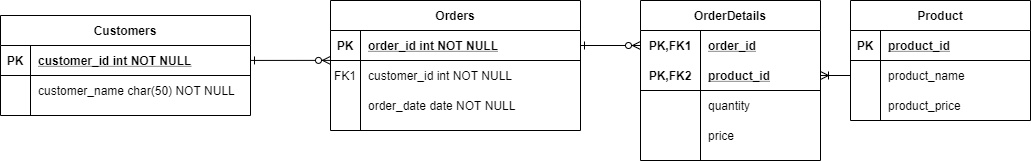
Werren-m/projectTryOut keeps this draw.io diagram as Entity Relationship Diagram.png. Above is the earlier version. Source tidied: cells renumbered, new cells last; positions are measured from the earlier drawing's top-left corner, leaving out a move shared by most shapes. Its diagram source:
```xml
<mxGraphModel>
  <root>
    <mxCell id="0" />
    <mxCell id="1" parent="0" />
    <mxCell id="2" style="endArrow=ERzeroToMany;startArrow=ERone;endFill=1;startFill=0;entryX=0;entryY=-0.004;entryDx=0;entryDy=0;entryPerimeter=0;" parent="1" edge="1" source="39" target="9">
      <mxGeometry relative="1" as="geometry" />
    </mxCell>
    <mxCell id="3" style="endArrow=ERzeroToMany;startArrow=ERone;endFill=1;startFill=0;entryX=0;entryY=0.5;entryDx=0;entryDy=0;" parent="1" edge="1" source="6" target="16">
      <mxGeometry relative="1" as="geometry" />
    </mxCell>
    <mxCell id="4" style="fontSize=12;html=1;endArrow=ERoneToMany;exitX=0;exitY=0.5;exitDx=0;exitDy=0;entryX=1;entryY=0.5;entryDx=0;entryDy=0;" parent="1" edge="1" source="32" target="19">
      <mxGeometry relative="1" as="geometry" />
    </mxCell>
    <mxCell id="5" value="Orders" style="shape=table;startSize=30;rowLines=0;fontStyle=1;align=center;" parent="1" vertex="1">
      <mxGeometry x="330" width="250" height="130" as="geometry" />
    </mxCell>
    <mxCell id="6" style="shape=partialRectangle;fillColor=none;points=[[0,0.5],[1,0.5]];portConstraint=eastwest;top=0;left=0;right=0;bottom=1;" parent="5" vertex="1">
      <mxGeometry y="30" width="250" height="30" as="geometry" />
    </mxCell>
    <mxCell id="7" value="PK" style="shape=partialRectangle;overflow=hidden;fillColor=none;top=0;left=0;bottom=0;right=0;fontStyle=1;" parent="6" vertex="1">
      <mxGeometry width="30" height="30" as="geometry" />
    </mxCell>
    <mxCell id="8" value="order_id int NOT NULL " style="shape=partialRectangle;overflow=hidden;fillColor=none;top=0;left=0;bottom=0;right=0;align=left;spacingLeft=6;fontStyle=5;" parent="6" vertex="1">
      <mxGeometry x="30" width="220" height="30" as="geometry" />
    </mxCell>
    <mxCell id="9" style="shape=partialRectangle;fillColor=none;points=[[0,0.5],[1,0.5]];portConstraint=eastwest;top=0;left=0;right=0;bottom=0;" parent="5" vertex="1">
      <mxGeometry y="60" width="250" height="30" as="geometry" />
    </mxCell>
    <mxCell id="10" value="FK1" style="shape=partialRectangle;overflow=hidden;fillColor=none;top=0;left=0;bottom=0;right=0;" parent="9" vertex="1">
      <mxGeometry width="30" height="30" as="geometry" />
    </mxCell>
    <mxCell id="11" value="customer_id int NOT NULL" style="shape=partialRectangle;overflow=hidden;fillColor=none;top=0;left=0;bottom=0;right=0;align=left;spacingLeft=6;" parent="9" vertex="1">
      <mxGeometry x="30" width="220" height="30" as="geometry" />
    </mxCell>
    <mxCell id="12" style="shape=partialRectangle;fillColor=none;top=0;left=0;right=0;bottom=0;" parent="5" vertex="1">
      <mxGeometry y="90" width="250" height="30" as="geometry" />
    </mxCell>
    <mxCell id="13" style="shape=partialRectangle;overflow=hidden;fillColor=none;top=0;left=0;bottom=0;right=0;" parent="12" vertex="1">
      <mxGeometry width="30" height="30" as="geometry" />
    </mxCell>
    <mxCell id="14" value="order_date date NOT NULL" style="shape=partialRectangle;overflow=hidden;fillColor=none;top=0;left=0;bottom=0;right=0;align=left;spacingLeft=6;" parent="12" vertex="1">
      <mxGeometry x="30" width="220" height="30" as="geometry" />
    </mxCell>
    <mxCell id="15" value="OrderDetails" style="shape=table;startSize=30;rowLines=0;fontStyle=1;align=center;" parent="1" vertex="1">
      <mxGeometry x="640" width="180" height="160" as="geometry" />
    </mxCell>
    <mxCell id="16" style="shape=partialRectangle;fillColor=none;top=0;left=0;bottom=0;right=0;points=[[0,0.5],[1,0.5]];portConstraint=eastwest;" parent="15" vertex="1">
      <mxGeometry y="30" width="180" height="30" as="geometry" />
    </mxCell>
    <mxCell id="17" value="PK,FK1" style="shape=partialRectangle;fillColor=none;top=0;left=0;bottom=0;right=0;fontStyle=1;overflow=hidden;" parent="16" vertex="1">
      <mxGeometry width="60" height="30" as="geometry" />
    </mxCell>
    <mxCell id="18" value="order_id" style="shape=partialRectangle;fillColor=none;top=0;left=0;bottom=0;right=0;align=left;spacingLeft=6;fontStyle=5;overflow=hidden;" parent="16" vertex="1">
      <mxGeometry x="60" width="120" height="30" as="geometry" />
    </mxCell>
    <mxCell id="19" style="shape=partialRectangle;fillColor=none;top=0;left=0;bottom=1;right=0;points=[[0,0.5],[1,0.5]];portConstraint=eastwest;" parent="15" vertex="1">
      <mxGeometry y="60" width="180" height="30" as="geometry" />
    </mxCell>
    <mxCell id="20" value="PK,FK2" style="shape=partialRectangle;fillColor=none;top=0;left=0;bottom=0;right=0;fontStyle=1;overflow=hidden;" parent="19" vertex="1">
      <mxGeometry width="60" height="30" as="geometry" />
    </mxCell>
    <mxCell id="21" value="product_id" style="shape=partialRectangle;fillColor=none;top=0;left=0;bottom=0;right=0;align=left;spacingLeft=6;fontStyle=5;overflow=hidden;" parent="19" vertex="1">
      <mxGeometry x="60" width="120" height="30" as="geometry" />
    </mxCell>
    <mxCell id="22" style="shape=partialRectangle;fillColor=none;top=0;left=0;bottom=0;right=0;" parent="15" vertex="1">
      <mxGeometry y="90" width="180" height="30" as="geometry" />
    </mxCell>
    <mxCell id="23" style="shape=partialRectangle;fillColor=none;top=0;left=0;bottom=0;right=0;overflow=hidden;" parent="22" vertex="1">
      <mxGeometry width="60" height="30" as="geometry" />
    </mxCell>
    <mxCell id="24" value="quantity" style="shape=partialRectangle;fillColor=none;top=0;left=0;bottom=0;right=0;align=left;spacingLeft=6;overflow=hidden;" parent="22" vertex="1">
      <mxGeometry x="60" width="120" height="30" as="geometry" />
    </mxCell>
    <mxCell id="25" style="shape=partialRectangle;fillColor=none;top=0;left=0;bottom=0;right=0;" parent="15" vertex="1">
      <mxGeometry y="120" width="180" height="30" as="geometry" />
    </mxCell>
    <mxCell id="26" style="shape=partialRectangle;fillColor=none;top=0;left=0;bottom=0;right=0;overflow=hidden;" parent="25" vertex="1">
      <mxGeometry width="60" height="30" as="geometry" />
    </mxCell>
    <mxCell id="27" value="price" style="shape=partialRectangle;fillColor=none;top=0;left=0;bottom=0;right=0;align=left;spacingLeft=6;overflow=hidden;" parent="25" vertex="1">
      <mxGeometry x="60" width="120" height="30" as="geometry" />
    </mxCell>
    <mxCell id="28" value="Product" style="shape=table;startSize=30;rowLines=0;fontStyle=1;align=center;" parent="1" vertex="1">
      <mxGeometry x="850" width="180" height="120" as="geometry" />
    </mxCell>
    <mxCell id="29" style="shape=partialRectangle;fillColor=none;top=0;left=0;bottom=1;right=0;" parent="28" vertex="1">
      <mxGeometry y="30" width="180" height="30" as="geometry" />
    </mxCell>
    <mxCell id="30" value="PK" style="shape=partialRectangle;fillColor=none;top=0;left=0;bottom=0;right=0;fontStyle=1;overflow=hidden;" parent="29" vertex="1">
      <mxGeometry width="30" height="30" as="geometry" />
    </mxCell>
    <mxCell id="31" value="product_id" style="shape=partialRectangle;fillColor=none;top=0;left=0;bottom=0;right=0;align=left;spacingLeft=6;fontStyle=5;overflow=hidden;" parent="29" vertex="1">
      <mxGeometry x="30" width="150" height="30" as="geometry" />
    </mxCell>
    <mxCell id="32" style="shape=partialRectangle;fillColor=none;top=0;left=0;bottom=0;right=0;points=[[0,0.5],[1,0.5]];portConstraint=eastwest;" parent="28" vertex="1">
      <mxGeometry y="60" width="180" height="30" as="geometry" />
    </mxCell>
    <mxCell id="33" style="shape=partialRectangle;fillColor=none;top=0;left=0;bottom=0;right=0;overflow=hidden;" parent="32" vertex="1">
      <mxGeometry width="30" height="30" as="geometry" />
    </mxCell>
    <mxCell id="34" value="product_name" style="shape=partialRectangle;fillColor=none;top=0;left=0;bottom=0;right=0;align=left;spacingLeft=6;overflow=hidden;" parent="32" vertex="1">
      <mxGeometry x="30" width="150" height="30" as="geometry" />
    </mxCell>
    <mxCell id="35" style="shape=partialRectangle;fillColor=none;top=0;left=0;bottom=0;right=0;" parent="28" vertex="1">
      <mxGeometry y="90" width="180" height="30" as="geometry" />
    </mxCell>
    <mxCell id="36" style="shape=partialRectangle;fillColor=none;top=0;left=0;bottom=0;right=0;overflow=hidden;" parent="35" vertex="1">
      <mxGeometry width="30" height="30" as="geometry" />
    </mxCell>
    <mxCell id="37" value="product_price" style="shape=partialRectangle;fillColor=none;top=0;left=0;bottom=0;right=0;align=left;spacingLeft=6;overflow=hidden;" parent="35" vertex="1">
      <mxGeometry x="30" width="150" height="30" as="geometry" />
    </mxCell>
    <mxCell id="38" value="Customers" style="shape=table;startSize=30;rowLines=0;fontStyle=1;align=center;" parent="1" vertex="1">
      <mxGeometry y="15" width="250" height="100" as="geometry" />
    </mxCell>
    <mxCell id="39" style="shape=partialRectangle;fillColor=none;points=[[0,0.5],[1,0.5]];portConstraint=eastwest;top=0;left=0;right=0;bottom=1;" parent="38" vertex="1">
      <mxGeometry y="30" width="250" height="30" as="geometry" />
    </mxCell>
    <mxCell id="40" value="PK" style="shape=partialRectangle;overflow=hidden;fillColor=none;top=0;left=0;bottom=0;right=0;fontStyle=1;" parent="39" vertex="1">
      <mxGeometry width="30" height="30" as="geometry" />
    </mxCell>
    <mxCell id="41" value="customer_id int NOT NULL " style="shape=partialRectangle;overflow=hidden;fillColor=none;top=0;left=0;bottom=0;right=0;align=left;spacingLeft=6;fontStyle=5;" parent="39" vertex="1">
      <mxGeometry x="30" width="220" height="30" as="geometry" />
    </mxCell>
    <mxCell id="42" style="shape=partialRectangle;fillColor=none;top=0;left=0;right=0;bottom=0;" parent="38" vertex="1">
      <mxGeometry y="60" width="250" height="30" as="geometry" />
    </mxCell>
    <mxCell id="43" style="shape=partialRectangle;overflow=hidden;fillColor=none;top=0;left=0;bottom=0;right=0;" parent="42" vertex="1">
      <mxGeometry width="30" height="30" as="geometry" />
    </mxCell>
    <mxCell id="44" value="customer_name char(50) NOT NULL" style="shape=partialRectangle;overflow=hidden;fillColor=none;top=0;left=0;bottom=0;right=0;align=left;spacingLeft=6;" parent="42" vertex="1">
      <mxGeometry x="30" width="220" height="30" as="geometry" />
    </mxCell>
  </root>
</mxGraphModel>
```
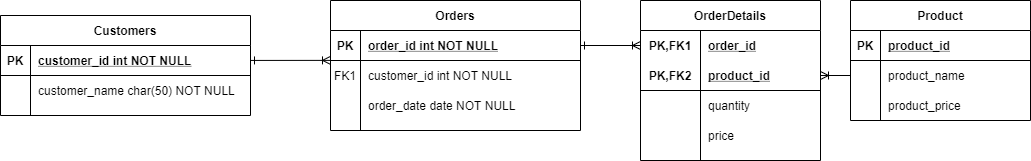
After the commit.

Diff of the diagram source:
```diff
@@ -2,10 +2,10 @@
   <root>
     <mxCell id="0" />
     <mxCell id="1" parent="0" />
-    <mxCell id="2" style="endArrow=ERzeroToMany;startArrow=ERone;endFill=1;startFill=0;entryX=0;entryY=-0.004;entryDx=0;entryDy=0;entryPerimeter=0;" parent="1" edge="1" source="39" target="9">
+    <mxCell id="2" style="endArrow=ERoneToMany;startArrow=ERone;endFill=0;startFill=0;entryX=0;entryY=-0.004;entryDx=0;entryDy=0;entryPerimeter=0;" parent="1" edge="1" source="39" target="9">
       <mxGeometry relative="1" as="geometry" />
     </mxCell>
-    <mxCell id="3" style="endArrow=ERzeroToMany;startArrow=ERone;endFill=1;startFill=0;entryX=0;entryY=0.5;entryDx=0;entryDy=0;" parent="1" edge="1" source="6" target="16">
+    <mxCell id="3" style="endArrow=ERoneToMany;startArrow=ERone;endFill=0;startFill=0;entryX=0;entryY=0.5;entryDx=0;entryDy=0;" parent="1" edge="1" source="6" target="16">
       <mxGeometry relative="1" as="geometry" />
     </mxCell>
     <mxCell id="4" style="fontSize=12;html=1;endArrow=ERoneToMany;exitX=0;exitY=0.5;exitDx=0;exitDy=0;entryX=1;entryY=0.5;entryDx=0;entryDy=0;" parent="1" edge="1" source="32" target="19">
```
